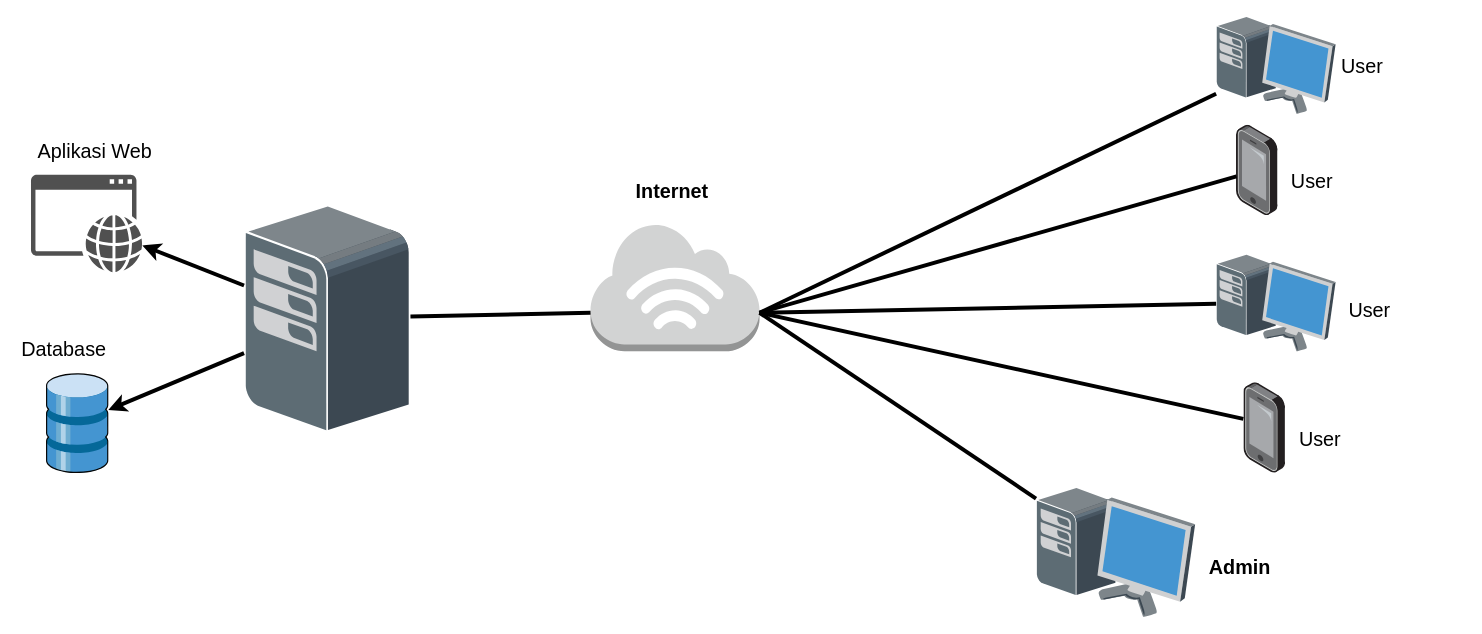
Above: assets/img/komponen_sistem_bmbk.drawio in hiski46/hiski46.github.io (draw.io), before the change. Source tidied: cells renumbered, new cells numbered last; positions are measured from the earlier drawing's top-left corner, leaving out a move shared by most shapes. Both pictures are drawn from the tidied source at 99%, with x=0, y=0 at pixel (15, 16).
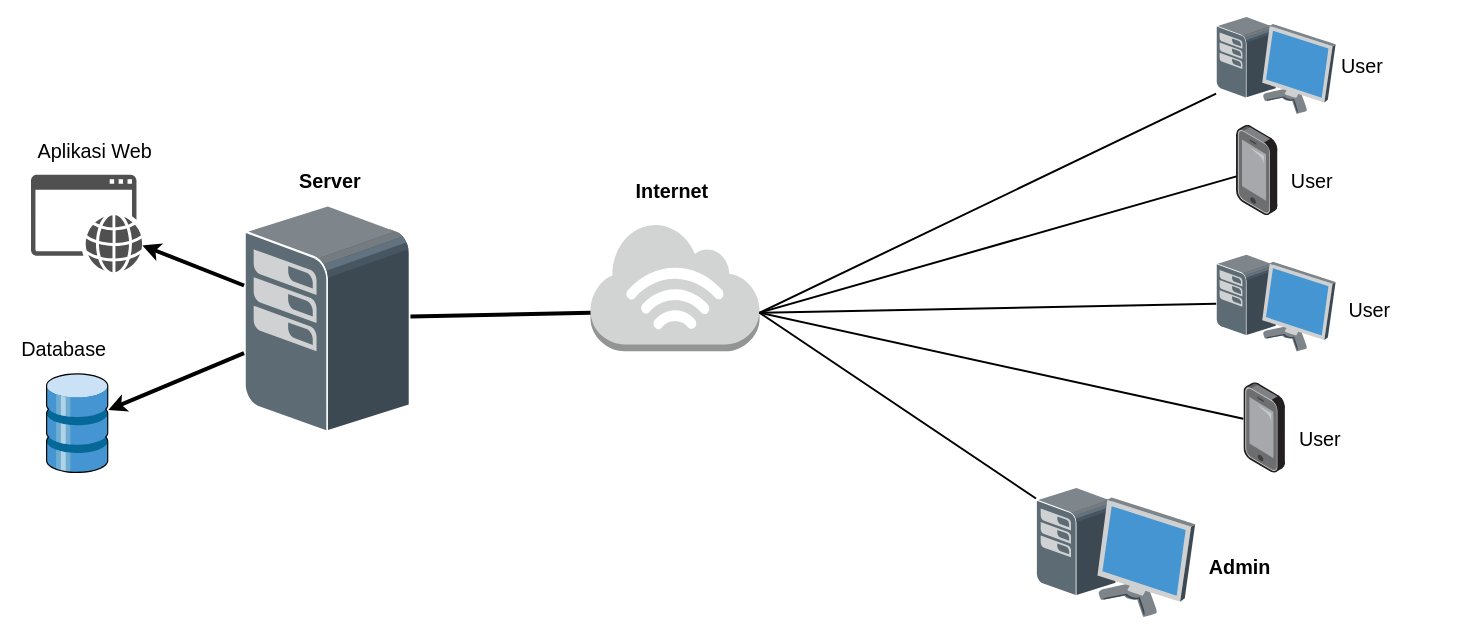
After the change.

Unchanged cells that the change refers to:
```xml
<mxCell id="4" style="shadow=0;dashed=0;html=1;labelPosition=center;verticalLabelPosition=bottom;verticalAlign=top;align=center;outlineConnect=0;shape=mxgraph.veeam.3d.workstation;" parent="1" vertex="1">
  <mxGeometry x="1031" y="475.5" width="160.7" height="131.1" as="geometry" />
</mxCell>
<mxCell id="6" style="points=[];html=1;align=center;shadow=0;dashed=0;image;image=img/lib/allied_telesis/computer_and_terminals/Smartphone.svg;" parent="1" vertex="1">
  <mxGeometry x="1233.5" y="110" width="41.9" height="91.4" as="geometry" />
</mxCell>
<mxCell id="7" style="shadow=0;dashed=0;html=1;labelPosition=center;verticalLabelPosition=bottom;verticalAlign=top;align=center;outlineConnect=0;shape=mxgraph.veeam.3d.workstation;" parent="1" vertex="1">
  <mxGeometry x="1212.9" y="240" width="120.7" height="98.4" as="geometry" />
</mxCell>
<mxCell id="8" style="shadow=0;dashed=0;html=1;labelPosition=center;verticalLabelPosition=bottom;verticalAlign=top;align=center;outlineConnect=0;shape=mxgraph.veeam.3d.workstation;" parent="1" vertex="1">
  <mxGeometry x="1212.9" width="120.7" height="98.4" as="geometry" />
</mxCell>
<mxCell id="9" style="points=[];html=1;align=center;shadow=0;dashed=0;image;image=img/lib/allied_telesis/computer_and_terminals/Smartphone.svg;" parent="1" vertex="1">
  <mxGeometry x="1241" y="370" width="41.9" height="91.4" as="geometry" />
</mxCell>
<mxCell id="10" style="outlineConnect=0;dashed=0;verticalLabelPosition=bottom;verticalAlign=top;align=center;html=1;shape=mxgraph.aws3.internet_3;fillColor=#D2D3D3;gradientColor=none;" parent="1" vertex="1">
  <mxGeometry x="581" y="208.5" width="170.7" height="129.9" as="geometry" />
</mxCell>
```

The edit, as a diff of the source:
```diff
@@
-    <mxCell id="12" style="endArrow=none;html=1;rounded=0;jumpSize=20;entryX=1;entryY=0.7;entryDx=0;entryDy=0;entryPerimeter=0;strokeWidth=4;endFill=0;" parent="1" edge="1" source="8" target="10">
+    <mxCell id="12" style="endArrow=none;html=1;rounded=0;jumpSize=20;entryX=1;entryY=0.7;entryDx=0;entryDy=0;entryPerimeter=0;strokeWidth=2;endFill=0;" parent="1" edge="1" source="8" target="10">
       <mxGeometry relative="1" as="geometry" />
     </mxCell>
-    <mxCell id="13" style="endArrow=none;html=1;rounded=0;jumpSize=20;entryX=1;entryY=0.7;entryDx=0;entryDy=0;entryPerimeter=0;strokeWidth=4;endFill=0;" parent="1" edge="1" source="6" target="10">
+    <mxCell id="13" style="endArrow=none;html=1;rounded=0;jumpSize=20;entryX=1;entryY=0.7;entryDx=0;entryDy=0;entryPerimeter=0;strokeWidth=2;endFill=0;" parent="1" edge="1" source="6" target="10">
       <mxGeometry relative="1" as="geometry" />
     </mxCell>
-    <mxCell id="14" style="endArrow=none;html=1;rounded=0;jumpSize=20;entryX=1;entryY=0.7;entryDx=0;entryDy=0;entryPerimeter=0;strokeWidth=4;endFill=0;" parent="1" edge="1" source="7" target="10">
+    <mxCell id="14" style="endArrow=none;html=1;rounded=0;jumpSize=20;entryX=1;entryY=0.7;entryDx=0;entryDy=0;entryPerimeter=0;strokeWidth=2;endFill=0;" parent="1" edge="1" source="7" target="10">
       <mxGeometry relative="1" as="geometry" />
     </mxCell>
-    <mxCell id="15" style="endArrow=none;html=1;rounded=0;jumpSize=20;entryX=1;entryY=0.7;entryDx=0;entryDy=0;entryPerimeter=0;strokeWidth=4;exitX=-0.015;exitY=0.4;exitDx=0;exitDy=0;exitPerimeter=0;endFill=0;" parent="1" edge="1" source="9" target="10">
+    <mxCell id="15" style="endArrow=none;html=1;rounded=0;jumpSize=20;entryX=1;entryY=0.7;entryDx=0;entryDy=0;entryPerimeter=0;strokeWidth=2;exitX=-0.015;exitY=0.4;exitDx=0;exitDy=0;exitPerimeter=0;endFill=0;" parent="1" edge="1" source="9" target="10">
       <mxGeometry relative="1" as="geometry" />
     </mxCell>
-    <mxCell id="16" style="endArrow=none;html=1;rounded=0;jumpSize=20;entryX=1;entryY=0.7;entryDx=0;entryDy=0;entryPerimeter=0;strokeWidth=4;endFill=0;" parent="1" edge="1" source="4" target="10">
+    <mxCell id="16" style="endArrow=none;html=1;rounded=0;jumpSize=20;entryX=1;entryY=0.7;entryDx=0;entryDy=0;entryPerimeter=0;strokeWidth=2;endFill=0;" parent="1" edge="1" source="4" target="10">
       <mxGeometry relative="1" as="geometry" />
     </mxCell>
@@
+    <mxCell id="27" value="Server" style="text;strokeColor=none;fillColor=none;align=left;verticalAlign=middle;spacingLeft=4;spacingRight=4;overflow=hidden;fontSize=20;fontStyle=1;" parent="1" vertex="1">
+      <mxGeometry x="281" y="150" width="124" height="30" as="geometry" />
+    </mxCell>
```
